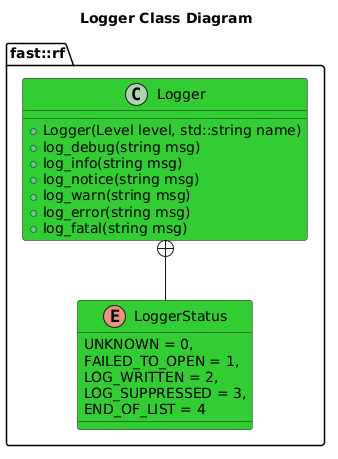
Earlier version of the PlantUML export include/Infrastructure/doc/puml/LoggerClassDiagram.png (fastrobotics/robot_framework). The source it was exported from:
```plantuml
@startuml
title Logger Class Diagram
namespace fast::rf {
    enum LoggerStatus #LimeGreen {
        UNKNOWN = 0,
        FAILED_TO_OPEN = 1,
        LOG_WRITTEN = 2,
        LOG_SUPPRESSED = 3,
        END_OF_LIST = 4
    }
    class Logger #LimeGreen {
        +Logger(Level level, std::string name)
        +log_debug(string msg)
        +log_info(string msg)
        +log_notice(string msg)
        +log_warn(string msg)
        +log_error(string msg)
        +log_fatal(string msg)
    }
    Logger +-- LoggerStatus
}
@enduml
```
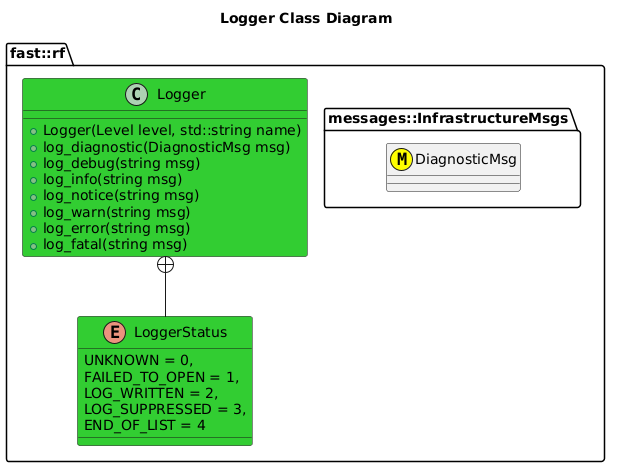
After the commit.

Change to the diagram source:
```diff
@@ -1,6 +1,9 @@
 @startuml
 title Logger Class Diagram
 namespace fast::rf {
+    namespace messages::InfrastructureMsgs {
+        class DiagnosticMsg <<(M,#FFFF00)>>
+    }
     enum LoggerStatus #LimeGreen {
         UNKNOWN = 0,
         FAILED_TO_OPEN = 1,
@@ -10,6 +13,7 @@
     }
     class Logger #LimeGreen {
         +Logger(Level level, std::string name)
+        +log_diagnostic(DiagnosticMsg msg)
         +log_debug(string msg)
         +log_info(string msg)
         +log_notice(string msg)
```
